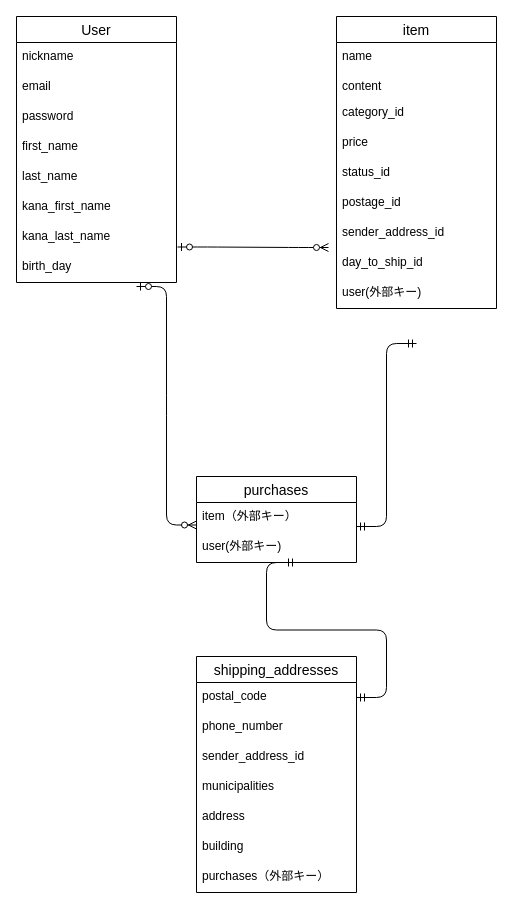
Above: app/furima.dio in dwarfsawfish/furima-38836 (draw.io), before the change. Source tidied: cells renumbered, new cells numbered last; positions are measured from the earlier drawing's top-left corner, leaving out a move shared by most shapes. Both pictures are drawn from the tidied source at 100%, with x=0, y=0 at pixel (16, 16).
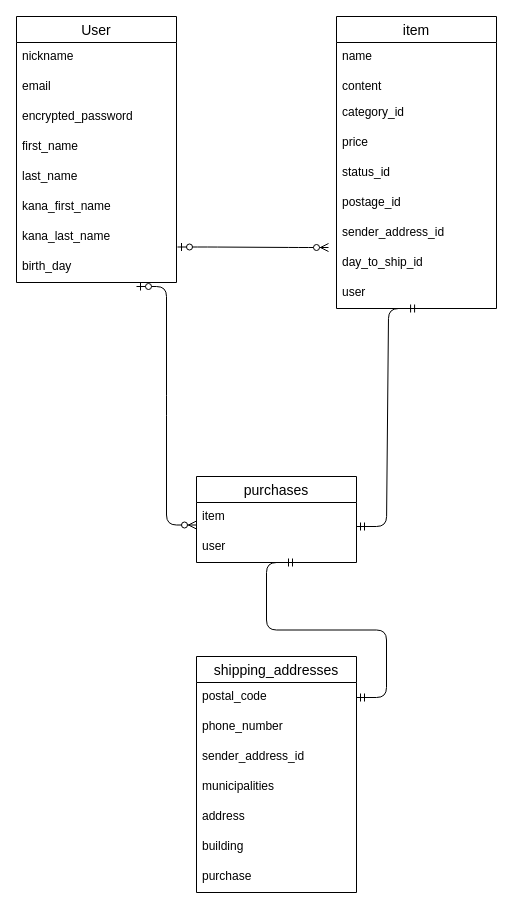
Above is the later version.

Commit message (it also covers changes not shown here):
データベース設計（修正5）

Unchanged cells that the change refers to:
```xml
<mxCell id="2" value="User" style="swimlane;fontStyle=0;horizontal=1;startSize=26;align=center;fontSize=14;" parent="1" vertex="1">
  <mxGeometry width="160" height="266" as="geometry" />
</mxCell>
<mxCell id="11" value="item" style="swimlane;fontStyle=0;horizontal=1;startSize=26;align=center;fontSize=14;" parent="1" vertex="1">
  <mxGeometry x="320" width="160" height="292" as="geometry" />
</mxCell>
<mxCell id="21" value="purchases" style="swimlane;fontStyle=0;horizontal=1;startSize=26;align=center;fontSize=14;" parent="1" vertex="1">
  <mxGeometry x="180" y="460" width="160" height="86" as="geometry" />
</mxCell>
<mxCell id="24" value="shipping_addresses" style="swimlane;fontStyle=0;horizontal=1;startSize=26;align=center;fontSize=14;" parent="1" vertex="1">
  <mxGeometry x="180" y="640" width="160" height="236" as="geometry" />
</mxCell>
```

Change to the diagram source:
```diff
@@
-    <mxCell id="5" value="password&#10;" style="text;strokeColor=none;fillColor=none;spacingLeft=4;spacingRight=4;overflow=hidden;fontSize=12;" parent="2" vertex="1">
+    <mxCell id="5" value="encrypted_password" style="text;strokeColor=none;fillColor=none;spacingLeft=4;spacingRight=4;overflow=hidden;fontSize=12;" parent="2" vertex="1">
       <mxGeometry y="86" width="160" height="30" as="geometry" />
     </mxCell>
@@
-    <mxCell id="20" value="user(外部キー)" style="text;strokeColor=none;fillColor=none;spacingLeft=4;spacingRight=4;overflow=hidden;points=[[0,0.5],[1,0.5]];portConstraint=eastwest;fontSize=12;" parent="11" vertex="1">
+    <mxCell id="20" value="user" style="text;strokeColor=none;fillColor=none;spacingLeft=4;spacingRight=4;overflow=hidden;points=[[0,0.5],[1,0.5]];portConstraint=eastwest;fontSize=12;" parent="11" vertex="1">
       <mxGeometry y="262" width="160" height="30" as="geometry" />
     </mxCell>
@@
-    <mxCell id="22" value="item（外部キー）" style="text;strokeColor=none;fillColor=none;spacingLeft=4;spacingRight=4;overflow=hidden;fontSize=12;" parent="21" vertex="1">
+    <mxCell id="22" value="item" style="text;strokeColor=none;fillColor=none;spacingLeft=4;spacingRight=4;overflow=hidden;fontSize=12;" parent="21" vertex="1">
       <mxGeometry y="26" width="160" height="30" as="geometry" />
     </mxCell>
-    <mxCell id="23" value="user(外部キー)" style="text;strokeColor=none;fillColor=none;spacingLeft=4;spacingRight=4;overflow=hidden;fontSize=12;" parent="21" vertex="1">
+    <mxCell id="23" value="user" style="text;strokeColor=none;fillColor=none;spacingLeft=4;spacingRight=4;overflow=hidden;fontSize=12;" parent="21" vertex="1">
       <mxGeometry y="56" width="160" height="30" as="geometry" />
     </mxCell>
@@
-    <mxCell id="31" value="purchases（外部キー）" style="text;strokeColor=none;fillColor=none;spacingLeft=4;spacingRight=4;overflow=hidden;fontSize=12;" parent="24" vertex="1">
+    <mxCell id="31" value="purchase" style="text;strokeColor=none;fillColor=none;spacingLeft=4;spacingRight=4;overflow=hidden;fontSize=12;" parent="24" vertex="1">
       <mxGeometry y="206" width="160" height="30" as="geometry" />
     </mxCell>
@@
-    <mxCell id="33" style="edgeStyle=entityRelationEdgeStyle;fontSize=12;html=1;endArrow=ERmandOne;startArrow=ERmandOne;" parent="1" edge="1">
+    <mxCell id="33" style="edgeStyle=entityRelationEdgeStyle;fontSize=12;html=1;endArrow=ERmandOne;startArrow=ERmandOne;entryX=0.513;entryY=1;entryDx=0;entryDy=0;entryPerimeter=0;" parent="1" edge="1" target="20">
       <mxGeometry relative="1" as="geometry">
         <mxPoint x="340" y="510" as="sourcePoint" />
-        <mxPoint x="400" y="327" as="targetPoint" />
       </mxGeometry>
     </mxCell>
```
